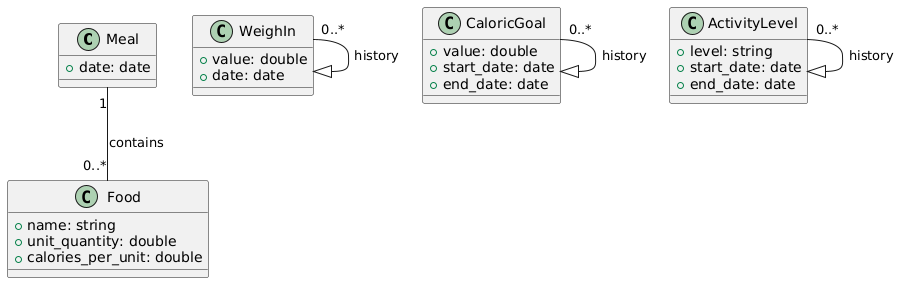
This is docs/diagram.png from robertheory/mvp-tft-backend, a PlantUML export, as it was before one commit. Its source is kept beside it as docs/diagram.plantuml.
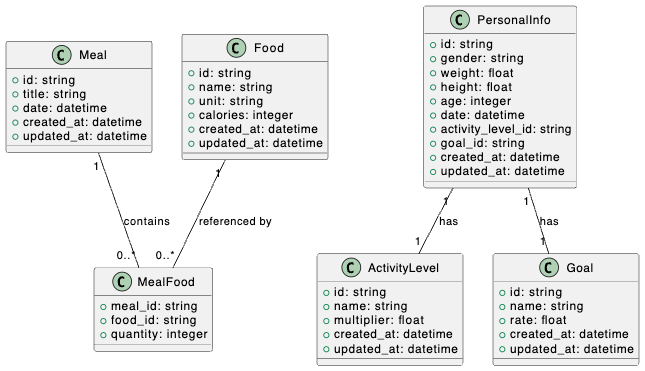
Later version of the same file.

Commit message:
refactor(diagram): update class structure and relationships for Meal, Food, PersonalInfo, ActivityLevel, and Goal

The edit, as a diff of the source:
```diff
@@ -1,35 +1,60 @@
-@startuml
+@startuml total-fitness-tracker
 
 class Meal {
-  +date: date
+  +id: string
+  +title: string
+  +date: datetime
+  +created_at: datetime
+  +updated_at: datetime
 }
 
 class Food {
+  +id: string
   +name: string
-  +unit_quantity: double
-  +calories_per_unit: double
+  +unit: string
+  +calories: integer
+  +created_at: datetime
+  +updated_at: datetime
 }
 
-class WeighIn {
-  +value: double
-  +date: date
+class MealFood {
+  +meal_id: string
+  +food_id: string
+  +quantity: integer
 }
 
-class CaloricGoal {
-  +value: double
-  +start_date: date
-  +end_date: date
+class PersonalInfo {
+  +id: string
+  +gender: string
+  +weight: float
+  +height: float
+  +age: integer
+  +date: datetime
+  +activity_level_id: string
+  +goal_id: string
+  +created_at: datetime
+  +updated_at: datetime
 }
 
 class ActivityLevel {
-  +level: string
-  +start_date: date
-  +end_date: date
+  +id: string
+  +name: string
+  +multiplier: float
+  +created_at: datetime
+  +updated_at: datetime
 }
 
-Meal "1" -- "0..*" Food : contains
-WeighIn "0..*" --|> "WeighIn" : history
-CaloricGoal "0..*" --|> "CaloricGoal" : history
-ActivityLevel "0..*" --|> "ActivityLevel" : history
+class Goal {
+  +id: string
+  +name: string
+  +rate: float
+  +created_at: datetime
+  +updated_at: datetime
+}
+
+Meal "1" -- "0..*" MealFood : contains
+Food "1" -- "0..*" MealFood : referenced by
+PersonalInfo "1" -- "1" ActivityLevel : has
+PersonalInfo "1" -- "1" Goal : has
 
 @enduml
```
